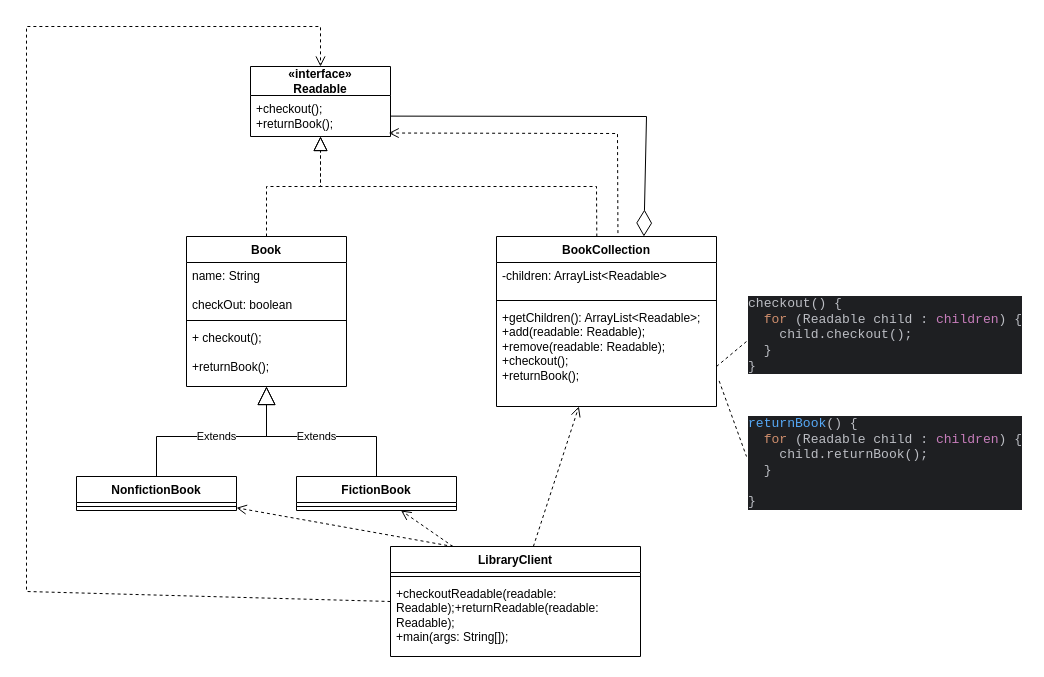
Above: Java/lab01_UML/task_3_3/src/lab01_UML_task_3_3_diagram.drawio in OleksiiKH0240/design-patterns-java-solutions (draw.io), before the change. Source tidied: cells renumbered, new cells numbered last; positions are measured from the earlier drawing's top-left corner, leaving out a move shared by most shapes. Both pictures are drawn from the tidied source at 100%, with x=0, y=0 at pixel (26, 26).
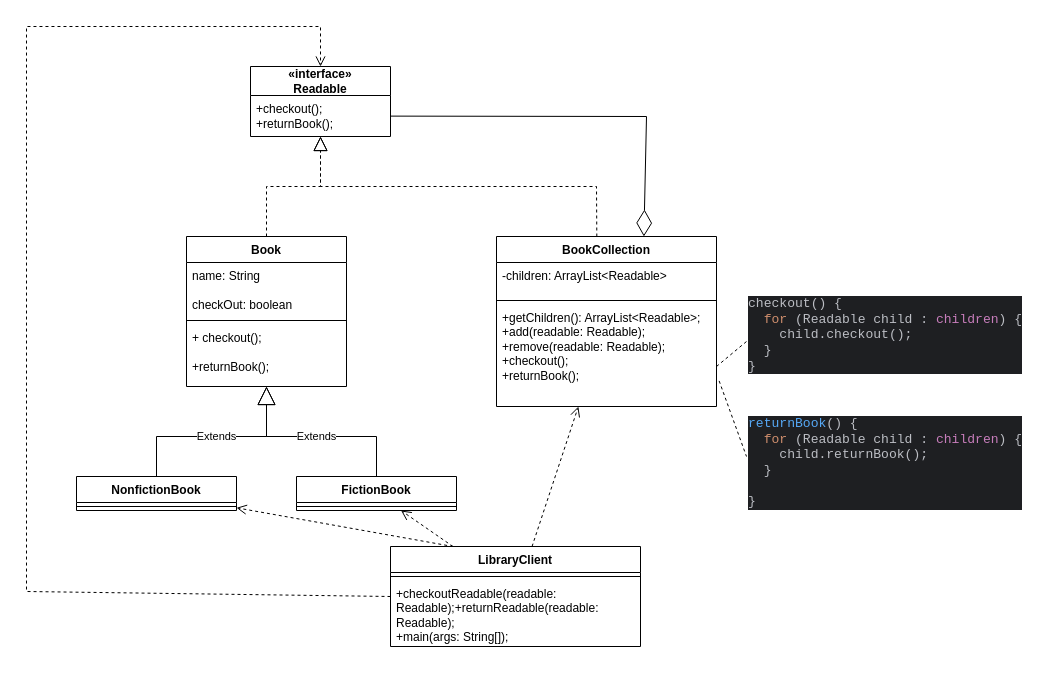
The same diagram, later.

Unchanged cells that the change refers to:
```xml
<mxCell id="3" value="+checkout();&lt;br&gt;+returnBook();" style="text;html=1;strokeColor=none;fillColor=none;align=left;verticalAlign=middle;spacingLeft=4;spacingRight=4;overflow=hidden;points=[[0,0.5],[1,0.5]];portConstraint=eastwest;whiteSpace=wrap;" parent="2" vertex="1">
  <mxGeometry y="29" width="140" height="41" as="geometry" />
</mxCell>
<mxCell id="15" value="BookCollection" style="swimlane;fontStyle=1;align=center;verticalAlign=top;horizontal=1;startSize=26;whiteSpace=wrap;html=1;" parent="1" vertex="1">
  <mxGeometry x="470" y="210" width="220" height="170" as="geometry" />
</mxCell>
```

Diff of the diagram source:
```diff
@@
     <mxCell id="24" value="LibraryClient" style="swimlane;fontStyle=1;align=center;verticalAlign=top;horizontal=1;startSize=26;whiteSpace=wrap;html=1;" parent="1" vertex="1">
-      <mxGeometry x="364" y="520" width="250" height="110" as="geometry" />
+      <mxGeometry x="364" y="520" width="250" height="100" as="geometry" />
     </mxCell>
@@
     <mxCell id="26" value="+checkoutReadable(readable: Readable);+returnReadable(readable: Readable);&lt;br&gt;+main(args: String[]);" style="text;strokeColor=none;fillColor=none;align=left;verticalAlign=top;spacingLeft=4;spacingRight=4;overflow=hidden;whiteSpace=wrap;html=1;" parent="24" vertex="1">
-      <mxGeometry y="34" width="250" height="76" as="geometry" />
+      <mxGeometry y="34" width="250" height="66" as="geometry" />
     </mxCell>
@@
-    <mxCell id="28" style="html=1;verticalAlign=bottom;endArrow=open;dashed=1;endSize=8;curved=0;rounded=0;exitX=0.552;exitY=-0.02;exitDx=0;exitDy=0;exitPerimeter=0;entryX=0.987;entryY=0.915;entryDx=0;entryDy=0;entryPerimeter=0;" parent="1" edge="1" source="15" target="3">
-      <mxGeometry relative="1" as="geometry">
-        <Array as="points">
-          <mxPoint x="591" y="107" />
-        </Array>
-      </mxGeometry>
-    </mxCell>
```
